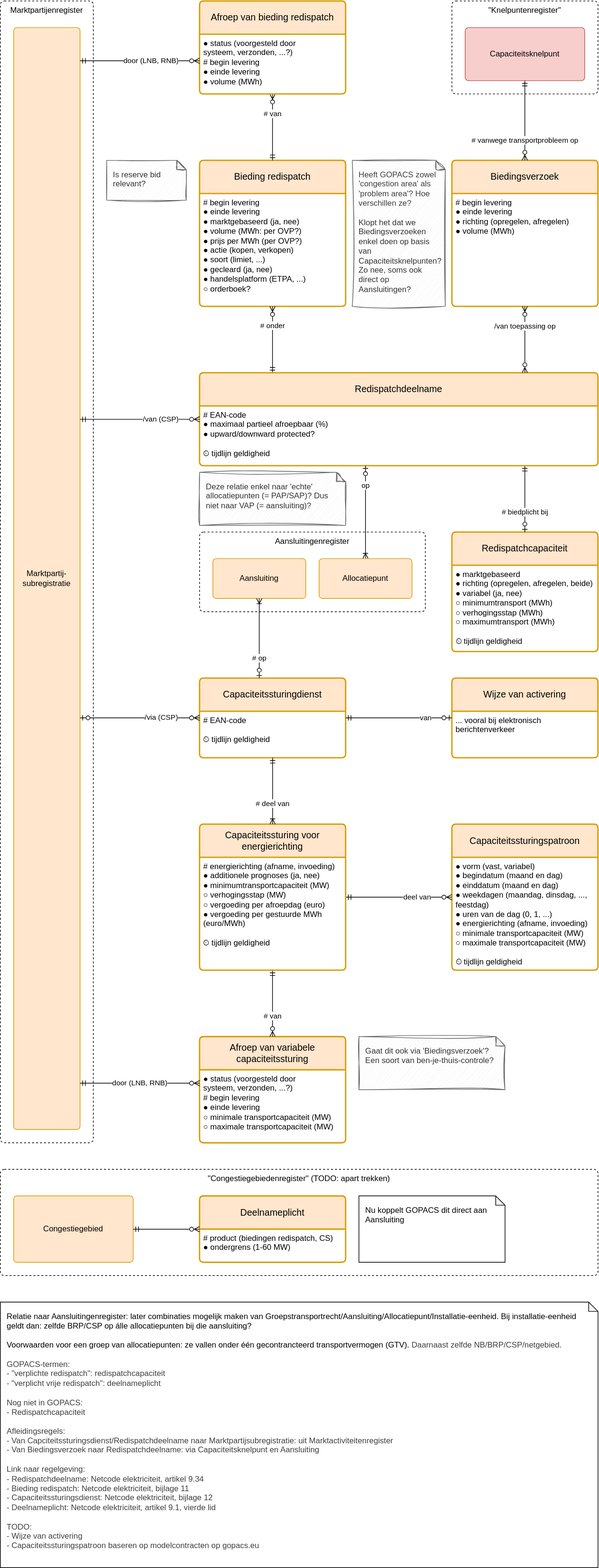
This is registers/congestiebeheersdienstenregister/1.0/congestiebeheersdienstenregister.drawio.svg from Netbeheer-Nederland/stelsel, a draw.io export, as it was before one commit. Source tidied: cells renumbered, new cells last; positions are measured from the earlier drawing's top-left corner, leaving out a move shared by most shapes.
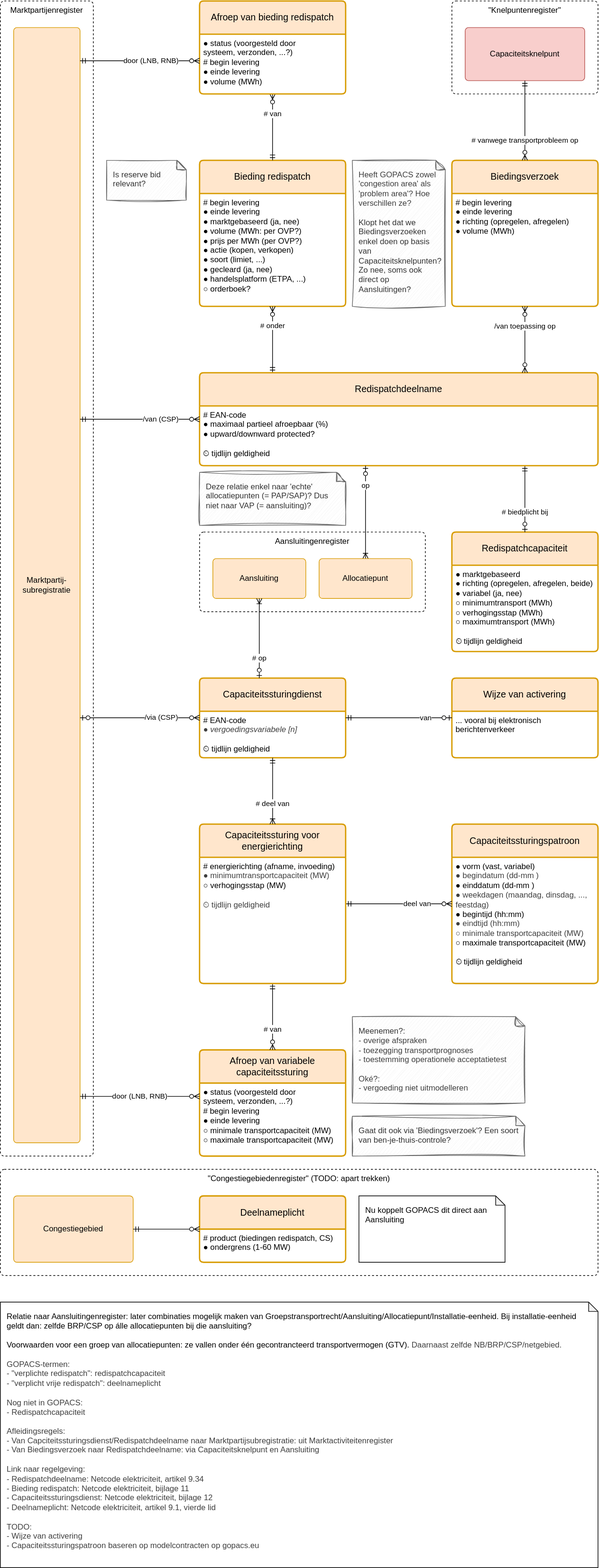
Later version of the same file.

The edit, as a diff of the source:
```diff
@@ -6,7 +6,7 @@
       <mxGeometry x="300" y="800" width="340" height="120" as="geometry" />
     </mxCell>
     <mxCell id="3" value="Marktpartijenregister" style="rounded=1;whiteSpace=wrap;html=1;fontFamily=Helvetica;dashed=1;verticalAlign=top;arcSize=12;absoluteArcSize=1;" parent="1" vertex="1">
-      <mxGeometry width="140" height="1720" as="geometry" />
+      <mxGeometry width="140" height="1740" as="geometry" />
     </mxCell>
     <mxCell id="4" value="Aansluiting" style="rounded=1;arcSize=10;whiteSpace=wrap;html=1;align=center;hachureGap=4;fontFamily=Helvetica;fillColor=#ffe6cc;strokeColor=#d79b00;absoluteArcSize=1;spacing=10;" parent="1" vertex="1">
       <mxGeometry x="320" y="840" width="140" height="60" as="geometry" />
@@ -14,11 +14,11 @@
     <mxCell id="5" value="Capaciteitssturingdienst" style="swimlane;horizontal=1;startSize=50;rounded=1;fontSize=14;fontStyle=0;strokeWidth=2;shadow=0;dashed=0;align=center;arcSize=4;whiteSpace=wrap;html=1;hachureGap=4;fontFamily=Helvetica;fillColor=#ffe6cc;strokeColor=#d79b00;spacing=10;" parent="1" vertex="1">
       <mxGeometry x="300" y="1020" width="220" height="120" as="geometry" />
     </mxCell>
-    <mxCell id="6" value="&lt;div&gt;# EAN-code&lt;span style=&quot;background-color: initial;&quot;&gt;&lt;br&gt;&lt;/span&gt;&lt;/div&gt;&lt;div&gt;&lt;br&gt;&lt;/div&gt;&lt;div&gt;⏲&amp;nbsp;tijdlijn geldigheid&lt;span style=&quot;background-color: initial;&quot;&gt;&lt;/span&gt;&lt;/div&gt;&lt;div&gt;&lt;/div&gt;" style="align=left;strokeColor=none;fillColor=none;spacingLeft=4;fontSize=12;verticalAlign=top;html=1;hachureGap=4;fontFamily=Helvetica;" parent="5" vertex="1">
+    <mxCell id="6" value="&lt;div&gt;# EAN-code&lt;span style=&quot;background-color: initial;&quot;&gt;&lt;br&gt;&lt;/span&gt;&lt;/div&gt;&lt;div&gt;&lt;span style=&quot;color: rgb(63, 63, 63);&quot;&gt;&lt;span style=&quot;color: rgb(63, 63, 63); background-color: transparent;&quot;&gt;●&lt;/span&gt;&amp;nbsp;&lt;i&gt;vergoedingsvariabele [n]&lt;/i&gt;&lt;/span&gt;&lt;/div&gt;&lt;div&gt;&lt;br&gt;&lt;/div&gt;&lt;div&gt;⏲&amp;nbsp;tijdlijn geldigheid&lt;span style=&quot;background-color: initial;&quot;&gt;&lt;/span&gt;&lt;/div&gt;&lt;div&gt;&lt;/div&gt;" style="align=left;strokeColor=none;fillColor=none;spacingLeft=4;fontSize=12;verticalAlign=top;html=1;hachureGap=4;fontFamily=Helvetica;" parent="5" vertex="1">
       <mxGeometry y="50" width="220" height="70" as="geometry" />
     </mxCell>
     <mxCell id="7" value="Marktpartij-subregistratie" style="rounded=1;arcSize=10;whiteSpace=wrap;html=1;align=center;hachureGap=4;fontFamily=Helvetica;fillColor=#ffe6cc;strokeColor=#d79b00;absoluteArcSize=1;spacing=10;" parent="1" vertex="1">
-      <mxGeometry x="20" y="40" width="100" height="1660" as="geometry" />
+      <mxGeometry x="20" y="40" width="100" height="1680" as="geometry" />
     </mxCell>
     <mxCell id="8" value="Bieding redispatch" style="swimlane;horizontal=1;startSize=50;rounded=1;fontSize=14;fontStyle=0;strokeWidth=2;shadow=0;dashed=0;align=center;arcSize=4;whiteSpace=wrap;html=1;hachureGap=4;fontFamily=Helvetica;fillColor=#ffe6cc;strokeColor=#d79b00;spacing=10;fontColor=default;" parent="1" vertex="1">
       <mxGeometry x="300" y="240" width="220" height="220" as="geometry" />
@@ -50,13 +50,13 @@
       <mxGeometry y="50" width="600" height="90" as="geometry" />
     </mxCell>
     <mxCell id="17" value="Capaciteitssturingspatroon" style="swimlane;horizontal=1;startSize=50;rounded=1;fontSize=14;fontStyle=0;strokeWidth=2;shadow=0;dashed=0;align=center;arcSize=4;whiteSpace=wrap;html=1;hachureGap=4;fontFamily=Helvetica;fillColor=#ffe6cc;strokeColor=#d79b00;spacing=10;" parent="1" vertex="1">
-      <mxGeometry x="680" y="1240" width="220" height="220" as="geometry" />
+      <mxGeometry x="680" y="1240" width="220" height="240" as="geometry" />
     </mxCell>
-    <mxCell id="18" value="&lt;div&gt;&lt;span style=&quot;background-color: initial;&quot;&gt;● vorm (vast, variabel)&lt;/span&gt;&lt;br&gt;&lt;/div&gt;&lt;div&gt;&lt;span style=&quot;background-color: initial;&quot;&gt;●&amp;nbsp;&lt;/span&gt;&lt;span style=&quot;background-color: initial;&quot;&gt;begindatum (maand en&lt;/span&gt;&lt;span style=&quot;background-color: initial;&quot;&gt;&amp;nbsp;dag)&lt;/span&gt;&lt;/div&gt;&lt;div&gt;&lt;span style=&quot;background-color: initial;&quot;&gt;●&amp;nbsp;&lt;/span&gt;einddatum (maand en&lt;span style=&quot;background-color: initial;&quot;&gt;&amp;nbsp;dag)&lt;/span&gt;&lt;/div&gt;&lt;div&gt;&lt;span style=&quot;background-color: initial;&quot;&gt;●&amp;nbsp;&lt;/span&gt;weekdagen (maandag,&lt;span style=&quot;background-color: initial;&quot;&gt;&amp;nbsp;dinsdag,&lt;/span&gt;&lt;span style=&quot;background-color: initial;&quot;&gt;&amp;nbsp;...,&lt;/span&gt;&lt;/div&gt;&lt;div&gt;&lt;span style=&quot;background-color: initial;&quot;&gt;&amp;nbsp; &amp;nbsp;feestdag)&lt;/span&gt;&lt;/div&gt;&lt;div&gt;&lt;span style=&quot;background-color: initial;&quot;&gt;●&amp;nbsp;&lt;/span&gt;uren van de dag (0, 1,&amp;nbsp;&lt;span style=&quot;background-color: initial;&quot;&gt;...)&lt;/span&gt;&lt;/div&gt;&lt;div&gt;&lt;span style=&quot;background-color: initial;&quot;&gt;●&amp;nbsp;&lt;/span&gt;energierichting (afname,&lt;span style=&quot;background-color: initial;&quot;&gt;&amp;nbsp;invoeding)&lt;/span&gt;&lt;/div&gt;&lt;div&gt;&lt;span style=&quot;color: light-dark(rgb(0, 0, 0), rgb(255, 255, 255)); background-color: transparent;&quot;&gt;○&lt;/span&gt;&lt;span style=&quot;background-color: initial;&quot;&gt;&amp;nbsp;minimale&amp;nbsp;&lt;/span&gt;&lt;span style=&quot;background-color: initial;&quot;&gt;transportcapaciteit (MW)&lt;/span&gt;&lt;span style=&quot;background-color: initial;&quot;&gt;&lt;/span&gt;&lt;/div&gt;&lt;div&gt;&lt;span style=&quot;background-color: transparent; color: light-dark(rgb(0, 0, 0), rgb(255, 255, 255));&quot;&gt;○&lt;/span&gt;&lt;span style=&quot;background-color: initial;&quot;&gt;&amp;nbsp;maximale&lt;/span&gt;&lt;span style=&quot;background-color: initial;&quot;&gt;&amp;nbsp;&lt;/span&gt;&lt;span style=&quot;background-color: initial;&quot;&gt;transportcapaciteit (MW)&lt;/span&gt;&lt;/div&gt;&lt;div&gt;&lt;span style=&quot;background-color: initial;&quot;&gt;&lt;br&gt;&lt;/span&gt;&lt;/div&gt;&lt;div&gt;⏲&amp;nbsp;tijdlijn geldigheid&lt;span style=&quot;background-color: initial;&quot;&gt;&lt;/span&gt;&lt;/div&gt;&lt;div&gt;&lt;/div&gt;" style="align=left;strokeColor=none;fillColor=none;spacingLeft=4;fontSize=12;verticalAlign=top;html=1;hachureGap=4;fontFamily=Helvetica;" parent="17" vertex="1">
-      <mxGeometry y="50" width="220" height="170" as="geometry" />
+    <mxCell id="18" value="&lt;div&gt;&lt;span style=&quot;background-color: initial;&quot;&gt;● vorm (vast, variabel)&lt;/span&gt;&lt;br&gt;&lt;/div&gt;&lt;div&gt;&lt;span style=&quot;color: rgb(63, 63, 63); background-color: initial;&quot;&gt;●&amp;nbsp;&lt;/span&gt;&lt;span style=&quot;color: rgb(63, 63, 63); background-color: initial;&quot;&gt;begindatum (dd-mm&lt;/span&gt;&lt;span style=&quot;color: rgb(63, 63, 63); background-color: initial;&quot;&gt;)&lt;/span&gt;&lt;/div&gt;&lt;div&gt;&lt;span style=&quot;background-color: initial;&quot;&gt;●&amp;nbsp;&lt;/span&gt;einddatum (dd-mm&lt;span style=&quot;background-color: initial;&quot;&gt;)&lt;/span&gt;&lt;/div&gt;&lt;div style=&quot;scrollbar-color: rgb(226, 226, 226) rgb(251, 251, 251); color: rgb(63, 63, 63);&quot;&gt;&lt;span style=&quot;background-color: initial; scrollbar-color: rgb(226, 226, 226) rgb(251, 251, 251); color: rgb(63, 63, 63);&quot;&gt;●&amp;nbsp;&lt;/span&gt;&lt;span style=&quot;background-color: transparent;&quot;&gt;weekdagen (maandag,&lt;/span&gt;&lt;span style=&quot;background-color: initial; scrollbar-color: rgb(226, 226, 226) rgb(251, 251, 251); color: rgb(63, 63, 63);&quot;&gt;&amp;nbsp;dinsdag,&lt;/span&gt;&lt;span style=&quot;background-color: initial; scrollbar-color: rgb(226, 226, 226) rgb(251, 251, 251); color: rgb(63, 63, 63);&quot;&gt;&amp;nbsp;...,&lt;/span&gt;&lt;/div&gt;&lt;div style=&quot;scrollbar-color: rgb(226, 226, 226) rgb(251, 251, 251); color: rgb(63, 63, 63);&quot;&gt;&lt;span style=&quot;background-color: initial;&quot;&gt;&amp;nbsp; &amp;nbsp;feestdag)&lt;/span&gt;&lt;/div&gt;&lt;div&gt;&lt;span style=&quot;background-color: initial;&quot;&gt;● begintijd (hh:mm)&lt;/span&gt;&lt;/div&gt;&lt;div&gt;&lt;span style=&quot;color: rgb(63, 63, 63);&quot;&gt;● eindtijd (hh:mm)&lt;/span&gt;&lt;span style=&quot;background-color: initial;&quot;&gt;&lt;/span&gt;&lt;/div&gt;&lt;div style=&quot;color: rgb(63, 63, 63); scrollbar-color: rgb(226, 226, 226) rgb(251, 251, 251);&quot;&gt;&lt;span style=&quot;color: rgb(63, 63, 63); background-color: transparent;&quot;&gt;○&lt;/span&gt;&lt;span style=&quot;background-color: initial; color: rgb(63, 63, 63);&quot;&gt;&amp;nbsp;minimale&amp;nbsp;&lt;/span&gt;&lt;span style=&quot;background-color: initial; color: rgb(63, 63, 63);&quot;&gt;transportcapaciteit (MW)&lt;/span&gt;&lt;/div&gt;&lt;div&gt;&lt;span style=&quot;background-color: transparent; color: light-dark(rgb(0, 0, 0), rgb(255, 255, 255));&quot;&gt;○&lt;/span&gt;&lt;span style=&quot;background-color: initial;&quot;&gt;&amp;nbsp;maximale&lt;/span&gt;&lt;span style=&quot;background-color: initial;&quot;&gt;&amp;nbsp;&lt;/span&gt;&lt;span style=&quot;background-color: initial;&quot;&gt;transportcapaciteit (MW)&lt;/span&gt;&lt;/div&gt;&lt;div&gt;&lt;span style=&quot;background-color: initial;&quot;&gt;&lt;br&gt;&lt;/span&gt;&lt;/div&gt;&lt;div&gt;⏲&amp;nbsp;tijdlijn geldigheid&lt;span style=&quot;background-color: initial;&quot;&gt;&lt;/span&gt;&lt;/div&gt;&lt;div&gt;&lt;/div&gt;" style="align=left;strokeColor=none;fillColor=none;spacingLeft=4;fontSize=12;verticalAlign=top;html=1;hachureGap=4;fontFamily=Helvetica;" parent="17" vertex="1">
+      <mxGeometry y="50" width="220" height="190" as="geometry" />
     </mxCell>
     <mxCell id="19" value="Afroep van variabele capaciteitssturing" style="swimlane;horizontal=1;startSize=50;rounded=1;fontSize=14;fontStyle=0;strokeWidth=2;shadow=0;dashed=0;align=center;arcSize=4;whiteSpace=wrap;html=1;hachureGap=4;fontFamily=Helvetica;fillColor=#ffe6cc;strokeColor=#d79b00;spacing=10;" parent="1" vertex="1">
-      <mxGeometry x="300" y="1560" width="220" height="160" as="geometry" />
+      <mxGeometry x="300" y="1580" width="220" height="160" as="geometry" />
     </mxCell>
     <mxCell id="20" value="&lt;div&gt;&lt;div style=&quot;scrollbar-color: rgb(75, 75, 75) rgb(27, 29, 30);&quot;&gt;&lt;font&gt;● status (voorgesteld door&lt;/font&gt;&lt;/div&gt;&lt;div style=&quot;scrollbar-color: rgb(75, 75, 75) rgb(27, 29, 30);&quot;&gt;&lt;font&gt;&amp;nbsp; &amp;nbsp;systeem, verzonden, ...?)&lt;/font&gt;&lt;/div&gt;&lt;div style=&quot;scrollbar-color: rgb(75, 75, 75) rgb(27, 29, 30);&quot;&gt;&lt;span style=&quot;scrollbar-color: rgb(75, 75, 75) rgb(27, 29, 30); background-color: initial;&quot;&gt;&lt;font&gt;# begin levering&lt;/font&gt;&lt;/span&gt;&lt;/div&gt;&lt;div style=&quot;scrollbar-color: rgb(75, 75, 75) rgb(27, 29, 30);&quot;&gt;&lt;font&gt;● einde levering&lt;/font&gt;&lt;/div&gt;&lt;/div&gt;&lt;div&gt;&lt;font&gt;&lt;span style=&quot;background-color: transparent;&quot;&gt;○&lt;/span&gt;&lt;span style=&quot;background-color: initial;&quot;&gt;&amp;nbsp;minimale transportcapaciteit (MW)&lt;/span&gt;&lt;/font&gt;&lt;/div&gt;&lt;div&gt;&lt;font&gt;○&amp;nbsp;&lt;span style=&quot;background-color: initial;&quot;&gt;&lt;/span&gt;&lt;span style=&quot;background-color: transparent;&quot;&gt;maximale transportcapaciteit (MW)&lt;/span&gt;&lt;/font&gt;&lt;/div&gt;&lt;div&gt;&lt;/div&gt;" style="align=left;strokeColor=none;fillColor=none;spacingLeft=4;fontSize=12;verticalAlign=top;html=1;hachureGap=4;fontFamily=Helvetica;" parent="19" vertex="1">
       <mxGeometry y="50" width="220" height="110" as="geometry" />
@@ -76,10 +76,10 @@
       </mxGeometry>
     </mxCell>
     <mxCell id="25" value="Capaciteitssturing voor energierichting" style="swimlane;horizontal=1;startSize=50;rounded=1;fontSize=14;fontStyle=0;strokeWidth=2;shadow=0;dashed=0;align=center;arcSize=4;whiteSpace=wrap;html=1;hachureGap=4;fontFamily=Helvetica;fillColor=#ffe6cc;strokeColor=#d79b00;spacing=10;" parent="1" vertex="1">
-      <mxGeometry x="300" y="1240" width="220" height="220" as="geometry" />
+      <mxGeometry x="300" y="1240" width="220" height="240" as="geometry" />
     </mxCell>
-    <mxCell id="26" value="&lt;div&gt;&lt;span style=&quot;background-color: initial;&quot;&gt;# energierichting (afname,&lt;/span&gt;&lt;span style=&quot;background-color: initial;&quot;&gt;&amp;nbsp;invoeding)&lt;/span&gt;&lt;br&gt;&lt;/div&gt;&lt;div&gt;&lt;span style=&quot;background-color: initial;&quot;&gt;● additionele prognoses (ja, nee)&lt;/span&gt;&lt;br&gt;&lt;/div&gt;&lt;div&gt;&lt;span style=&quot;background-color: initial;&quot;&gt;●&lt;/span&gt;&lt;span style=&quot;background-color: initial;&quot;&gt;&amp;nbsp;minimumtransportcapaciteit (MW)&lt;/span&gt;&lt;br&gt;&lt;/div&gt;&lt;div&gt;○ verhogingsstap (MW)&lt;br&gt;&lt;/div&gt;&lt;div&gt;&lt;div&gt;&lt;span style=&quot;background-color: initial;&quot;&gt;○ vergoeding per afroepdag (euro)&lt;/span&gt;&lt;br&gt;&lt;/div&gt;&lt;div&gt;&lt;span style=&quot;background-color: initial;&quot;&gt;● vergoeding per gestuurde MWh&lt;/span&gt;&lt;/div&gt;&lt;div&gt;&lt;span style=&quot;background-color: initial;&quot;&gt;&amp;nbsp; &amp;nbsp;(euro/MWh)&lt;/span&gt;&lt;/div&gt;&lt;/div&gt;&lt;div&gt;&lt;span style=&quot;background-color: initial;&quot;&gt;&lt;br&gt;&lt;/span&gt;&lt;/div&gt;&lt;div&gt;⏲&amp;nbsp;tijdlijn geldigheid&lt;span style=&quot;background-color: initial;&quot;&gt;&lt;br&gt;&lt;/span&gt;&lt;/div&gt;&lt;div&gt;&lt;/div&gt;" style="align=left;strokeColor=none;fillColor=none;spacingLeft=4;fontSize=12;verticalAlign=top;html=1;hachureGap=4;fontFamily=Helvetica;" parent="25" vertex="1">
-      <mxGeometry y="50" width="220" height="170" as="geometry" />
+    <mxCell id="26" value="&lt;div&gt;&lt;span style=&quot;background-color: initial;&quot;&gt;# energierichting (afname,&lt;/span&gt;&lt;span style=&quot;background-color: initial;&quot;&gt;&amp;nbsp;invoeding)&lt;/span&gt;&lt;br&gt;&lt;/div&gt;&lt;div&gt;&lt;span style=&quot;color: rgb(63, 63, 63); background-color: initial;&quot;&gt;●&lt;/span&gt;&lt;span style=&quot;color: rgb(63, 63, 63); background-color: initial;&quot;&gt;&amp;nbsp;minimumtransportcapaciteit (MW)&lt;/span&gt;&lt;/div&gt;&lt;div&gt;○ verhogingsstap (MW)&lt;/div&gt;&lt;div&gt;&lt;span style=&quot;background-color: initial; color: rgb(63, 63, 63);&quot;&gt;&lt;br&gt;&lt;/span&gt;&lt;/div&gt;&lt;div&gt;&lt;span style=&quot;color: rgb(63, 63, 63); background-color: transparent;&quot;&gt;⏲&amp;nbsp;tijdlijn geldigheid&lt;/span&gt;&lt;/div&gt;&lt;div&gt;&lt;/div&gt;" style="align=left;strokeColor=none;fillColor=none;spacingLeft=4;fontSize=12;verticalAlign=top;html=1;hachureGap=4;fontFamily=Helvetica;" parent="25" vertex="1">
+      <mxGeometry y="50" width="220" height="190" as="geometry" />
     </mxCell>
     <mxCell id="27" value="# deel van" style="endArrow=ERmandOne;html=1;rounded=0;fontFamily=Helvetica;fontSize=11;startSize=6;endSize=6;sourcePerimeterSpacing=0;targetPerimeterSpacing=0;endFill=0;startArrow=ERoneToMany;startFill=0;edgeStyle=elbowEdgeStyle;align=center;elbow=vertical;" parent="1" edge="1" source="25" target="5">
       <mxGeometry x="-0.4" relative="1" as="geometry">
@@ -163,7 +163,7 @@
       <mxGeometry x="540" y="1800" width="220" height="100" as="geometry" />
     </mxCell>
     <mxCell id="52" value="&lt;div&gt;Gaat dit ook via 'Biedingsverzoek'? Een soort van ben-je-thuis-controle?&lt;/div&gt;" style="shape=note;whiteSpace=wrap;html=1;backgroundOutline=1;darkOpacity=0.05;size=14;align=left;verticalAlign=top;spacing=10;sketch=1;curveFitting=1;jiggle=2;fillColor=#f5f5f5;fontColor=#333333;strokeColor=#666666;" parent="1" vertex="1">
-      <mxGeometry x="540" y="1560" width="220" height="80" as="geometry" />
+      <mxGeometry x="530" y="1680" width="260" height="60" as="geometry" />
     </mxCell>
     <mxCell id="53" value="&lt;div&gt;Deze relatie enkel naar 'echte' allocatiepunten (= PAP/SAP)? Dus niet naar VAP (= aansluiting)?&lt;/div&gt;" style="shape=note;whiteSpace=wrap;html=1;backgroundOutline=1;darkOpacity=0.05;size=14;align=left;verticalAlign=top;spacing=10;sketch=1;curveFitting=1;jiggle=2;fillColor=#f5f5f5;fontColor=#333333;strokeColor=#666666;" parent="1" vertex="1">
       <mxGeometry x="300" y="710" width="220" height="80" as="geometry" />
@@ -171,5 +171,8 @@
     <mxCell id="54" style="endArrow=ERmandOne;html=1;rounded=0;fontFamily=Helvetica;fontSize=11;startSize=6;endSize=6;sourcePerimeterSpacing=0;targetPerimeterSpacing=0;endFill=0;startArrow=ERzeroToMany;startFill=0;align=right;elbow=vertical;edgeStyle=elbowEdgeStyle;" parent="1" edge="1" source="49" target="48">
       <mxGeometry x="-0.62" relative="1" as="geometry" />
     </mxCell>
+    <mxCell id="55" value="&lt;div&gt;Meenemen?:&lt;/div&gt;&lt;div&gt;&lt;span style=&quot;color: rgb(63, 63, 63); background-color: transparent;&quot;&gt;- overige afspraken&lt;/span&gt;&lt;/div&gt;&lt;div&gt;&lt;span style=&quot;color: rgb(63, 63, 63); background-color: transparent;&quot;&gt;- toezegging transportprognoses&lt;/span&gt;&lt;/div&gt;&lt;div&gt;&lt;span style=&quot;color: rgb(63, 63, 63); background-color: transparent;&quot;&gt;- toestemming operationele acceptatietest&lt;/span&gt;&lt;/div&gt;&lt;div&gt;&lt;span style=&quot;color: rgb(63, 63, 63); background-color: transparent;&quot;&gt;&lt;br&gt;&lt;/span&gt;&lt;/div&gt;&lt;div&gt;&lt;span style=&quot;color: rgb(63, 63, 63); background-color: transparent;&quot;&gt;Oké?:&lt;/span&gt;&lt;/div&gt;&lt;div&gt;&lt;span style=&quot;color: rgb(63, 63, 63); background-color: transparent;&quot;&gt;- vergoeding niet uitmodelleren&lt;/span&gt;&lt;/div&gt;" style="shape=note;whiteSpace=wrap;html=1;backgroundOutline=1;darkOpacity=0.05;size=14;align=left;verticalAlign=top;spacing=10;sketch=1;curveFitting=1;jiggle=2;fillColor=#f5f5f5;fontColor=#333333;strokeColor=#666666;" parent="1" vertex="1">
+      <mxGeometry x="530" y="1530" width="260" height="130" as="geometry" />
+    </mxCell>
   </root>
 </mxGraphModel>
```
